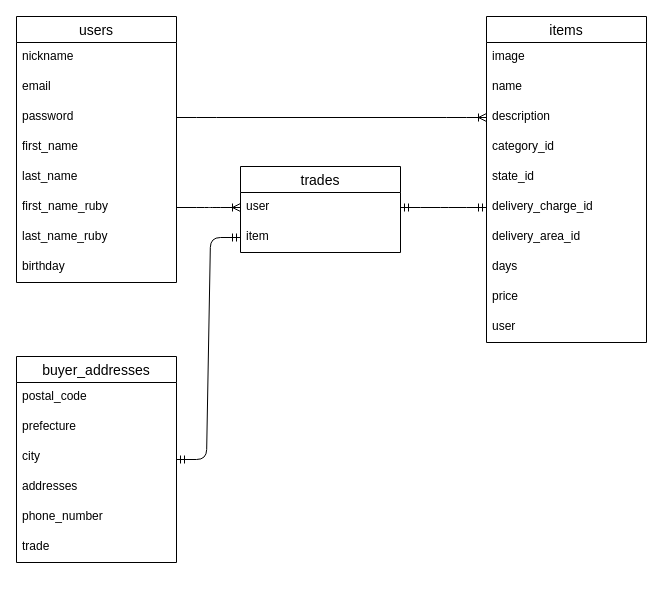
Earlier version of the draw.io diagram furima-31780.dio (Okisen/furima-31780). Source tidied: cells renumbered, new cells numbered last; positions are measured from the earlier drawing's top-left corner, leaving out a move shared by most shapes. Both pictures are drawn from the tidied source at 100%, with x=0, y=0 at pixel (16, 16).
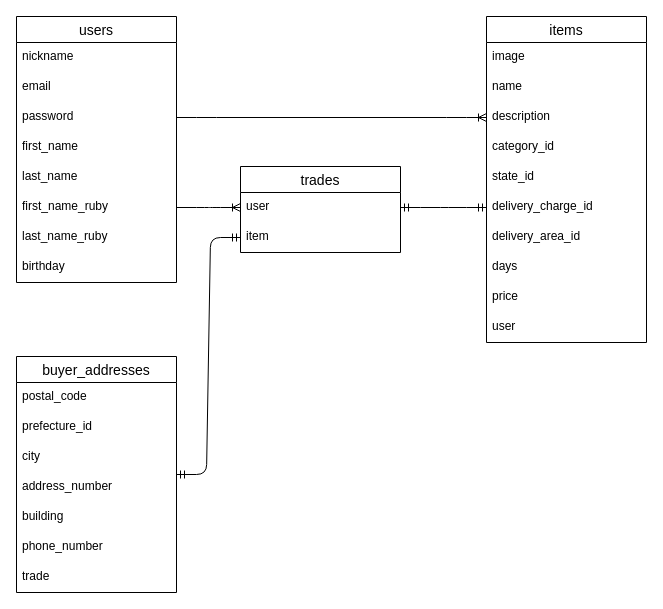
The same diagram, later.

The edit, as a diff of the source:
```diff
@@
     <mxCell id="26" value="buyer_addresses" style="swimlane;fontStyle=0;horizontal=1;startSize=26;align=center;fontSize=14;" parent="1" vertex="1">
-      <mxGeometry y="340" width="160" height="206" as="geometry" />
+      <mxGeometry y="340" width="160" height="236" as="geometry" />
     </mxCell>
@@
-    <mxCell id="28" value="prefecture" style="text;strokeColor=none;fillColor=none;spacingLeft=4;spacingRight=4;overflow=hidden;fontSize=12;" parent="26" vertex="1">
+    <mxCell id="28" value="prefecture_id" style="text;strokeColor=none;fillColor=none;spacingLeft=4;spacingRight=4;overflow=hidden;fontSize=12;" parent="26" vertex="1">
       <mxGeometry y="56" width="160" height="30" as="geometry" />
     </mxCell>
@@
-    <mxCell id="30" value="addresses" style="text;strokeColor=none;fillColor=none;spacingLeft=4;spacingRight=4;overflow=hidden;fontSize=12;" parent="26" vertex="1">
+    <mxCell id="30" value="address_number" style="text;strokeColor=none;fillColor=none;spacingLeft=4;spacingRight=4;overflow=hidden;fontSize=12;" parent="26" vertex="1">
       <mxGeometry y="116" width="160" height="30" as="geometry" />
     </mxCell>
+    <mxCell id="36" value="building" style="text;strokeColor=none;fillColor=none;spacingLeft=4;spacingRight=4;overflow=hidden;fontSize=12;" parent="26" vertex="1">
+      <mxGeometry y="146" width="160" height="30" as="geometry" />
+    </mxCell>
     <mxCell id="31" value="phone_number" style="text;strokeColor=none;fillColor=none;spacingLeft=4;spacingRight=4;overflow=hidden;fontSize=12;" parent="26" vertex="1">
-      <mxGeometry y="146" width="160" height="30" as="geometry" />
+      <mxGeometry y="176" width="160" height="30" as="geometry" />
     </mxCell>
     <mxCell id="32" value="trade" style="text;strokeColor=none;fillColor=none;spacingLeft=4;spacingRight=4;overflow=hidden;fontSize=12;" parent="26" vertex="1">
-      <mxGeometry y="176" width="160" height="30" as="geometry" />
+      <mxGeometry y="206" width="160" height="30" as="geometry" />
     </mxCell>
```
